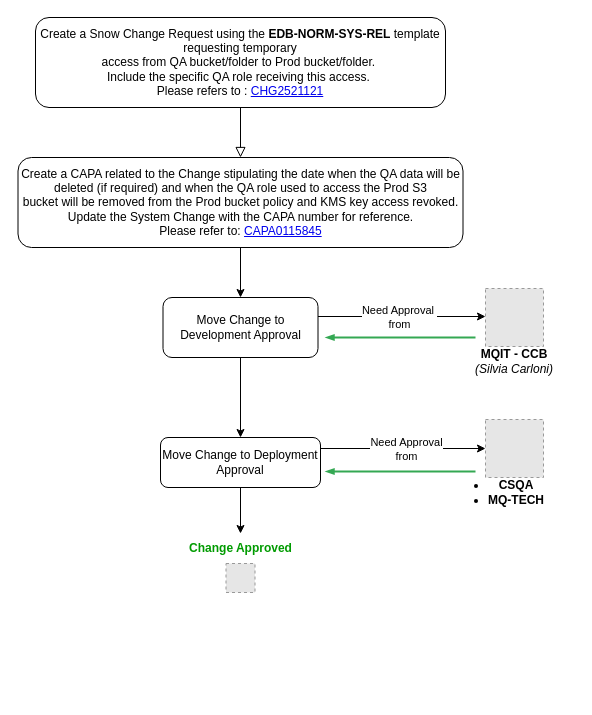
This is Copy_data.drawio from giovanniputrino-sdg/SDG, a draw.io file, before an edit. Source tidied: cells renumbered, new cells numbered last; positions are measured from the earlier drawing's top-left corner, leaving out a move shared by most shapes. Both pictures are drawn from the tidied source at 100%, with x=0, y=0 at pixel (17, 17). Pictures stored in the file or linked from it are replaced by grey dashed boxes.
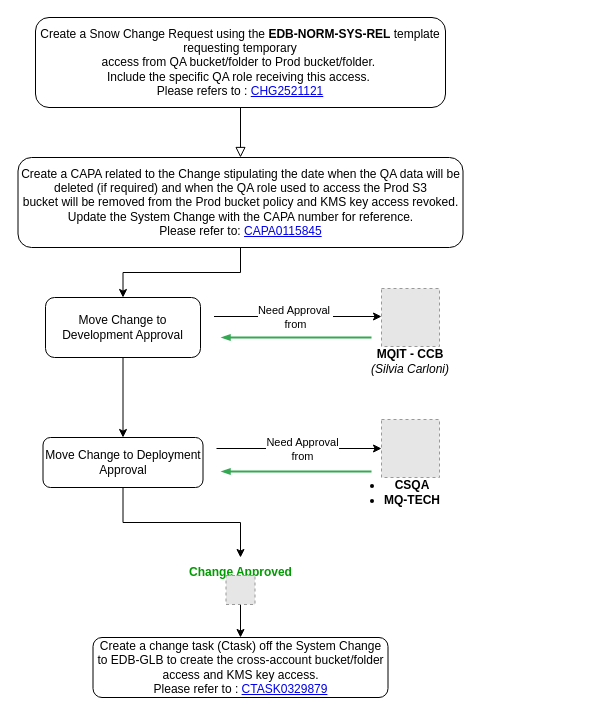
The same diagram, later.

Change to the diagram source:
```diff
@@
     <mxCell id="4" style="edgeStyle=orthogonalEdgeStyle;rounded=0;orthogonalLoop=1;jettySize=auto;html=1;exitX=1;exitY=0.5;exitDx=0;exitDy=0;entryX=0;entryY=0.5;entryDx=0;entryDy=0;" parent="1" edge="1">
       <mxGeometry relative="1" as="geometry">
-        <mxPoint x="303" y="431" as="sourcePoint" />
-        <mxPoint x="468" y="431" as="targetPoint" />
+        <mxPoint x="199" y="431" as="sourcePoint" />
+        <mxPoint x="364" y="431" as="targetPoint" />
       </mxGeometry>
     </mxCell>
@@
     <mxCell id="6" value="Move Change to Deployment Approval" style="rounded=1;whiteSpace=wrap;html=1;fontSize=12;glass=0;strokeWidth=1;shadow=0;" parent="1" vertex="1">
-      <mxGeometry x="143" y="420" width="160" height="50" as="geometry" />
+      <mxGeometry x="25.5" y="420" width="160" height="50" as="geometry" />
     </mxCell>
     <mxCell id="7" style="edgeStyle=orthogonalEdgeStyle;rounded=0;orthogonalLoop=1;jettySize=auto;html=1;exitX=1;exitY=0.5;exitDx=0;exitDy=0;entryX=0;entryY=0.5;entryDx=0;entryDy=0;" parent="1" edge="1">
       <mxGeometry relative="1" as="geometry">
-        <mxPoint x="300.5" y="299" as="sourcePoint" />
-        <mxPoint x="468" y="299" as="targetPoint" />
+        <mxPoint x="196.5" y="299" as="sourcePoint" />
+        <mxPoint x="364" y="299" as="targetPoint" />
       </mxGeometry>
     </mxCell>
@@
     <mxCell id="10" value="Move Change to Development Approval" style="rounded=1;whiteSpace=wrap;html=1;fontSize=12;glass=0;strokeWidth=1;shadow=0;" parent="1" vertex="1">
-      <mxGeometry x="145.5" y="280" width="155" height="60" as="geometry" />
+      <mxGeometry x="28" y="280" width="155" height="60" as="geometry" />
     </mxCell>
@@
     <mxCell id="13" style="fillColor=#E6E6E6;strokeColor=#999999;dashed=1;html=1;verticalAlign=top;verticalLabelPosition=bottom;labelBackgroundColor=#ffffff;" parent="1" vertex="1">
-      <mxGeometry x="468" y="271" width="58" height="58" as="geometry" />
+      <mxGeometry x="364" y="271" width="58" height="58" as="geometry" />
     </mxCell>
     <mxCell id="14" value="&lt;b&gt;MQIT - CCB&lt;/b&gt;&lt;div&gt;&lt;i&gt;(Silvia Carloni)&lt;/i&gt;&lt;/div&gt;" style="text;html=1;align=center;verticalAlign=middle;whiteSpace=wrap;rounded=0;" parent="1" vertex="1">
-      <mxGeometry x="436" y="329" width="122" height="30" as="geometry" />
+      <mxGeometry x="332" y="329" width="122" height="30" as="geometry" />
     </mxCell>
     <mxCell id="15" style="fillColor=#E6E6E6;strokeColor=#999999;dashed=1;html=1;verticalAlign=top;verticalLabelPosition=bottom;labelBackgroundColor=#ffffff;" parent="1" vertex="1">
-      <mxGeometry x="468" y="402" width="58" height="58" as="geometry" />
+      <mxGeometry x="364" y="402" width="58" height="58" as="geometry" />
     </mxCell>
     <mxCell id="16" value="&lt;ul&gt;&lt;li&gt;&lt;b style=&quot;background-color: transparent; color: light-dark(rgb(0, 0, 0), rgb(255, 255, 255));&quot;&gt;CSQA&lt;/b&gt;&lt;/li&gt;&lt;li&gt;&lt;b style=&quot;background-color: transparent; color: light-dark(rgb(0, 0, 0), rgb(255, 255, 255));&quot;&gt;MQ-TECH&lt;/b&gt;&lt;/li&gt;&lt;/ul&gt;" style="text;html=1;align=center;verticalAlign=middle;whiteSpace=wrap;rounded=0;" parent="1" vertex="1">
-      <mxGeometry x="418" y="460" width="122" height="30" as="geometry" />
+      <mxGeometry x="314" y="460" width="122" height="30" as="geometry" />
     </mxCell>
     <mxCell id="17" style="edgeStyle=orthogonalEdgeStyle;fontSize=12;html=1;endArrow=blockThin;endFill=1;rounded=0;strokeWidth=2;endSize=4;startSize=4;strokeColor=#34A853;dashed=0;" parent="1" edge="1">
       <mxGeometry relative="1" as="geometry">
-        <mxPoint x="458" y="320" as="sourcePoint" />
-        <mxPoint x="308" y="320" as="targetPoint" />
+        <mxPoint x="354" y="320" as="sourcePoint" />
+        <mxPoint x="204" y="320" as="targetPoint" />
       </mxGeometry>
     </mxCell>
     <mxCell id="18" style="edgeStyle=orthogonalEdgeStyle;fontSize=12;html=1;endArrow=blockThin;endFill=1;rounded=0;strokeWidth=2;endSize=4;startSize=4;strokeColor=#34A853;dashed=0;" parent="1" edge="1">
       <mxGeometry relative="1" as="geometry">
-        <mxPoint x="458" y="454" as="sourcePoint" />
-        <mxPoint x="308" y="454" as="targetPoint" />
+        <mxPoint x="354" y="454" as="sourcePoint" />
+        <mxPoint x="204" y="454" as="targetPoint" />
       </mxGeometry>
     </mxCell>
@@
     <mxCell id="20" value="&lt;b&gt;&lt;font style=&quot;color: rgb(0, 155, 0);&quot;&gt;Change Approved&lt;/font&gt;&lt;/b&gt;" style="text;html=1;align=center;verticalAlign=middle;whiteSpace=wrap;rounded=0;" parent="1" vertex="1">
-      <mxGeometry x="165.5" y="516" width="115" height="30" as="geometry" />
+      <mxGeometry x="165.5" y="540" width="115" height="30" as="geometry" />
     </mxCell>
+    <mxCell id="22" style="edgeStyle=orthogonalEdgeStyle;rounded=0;jettySize=auto;html=1;exitX=0.5;exitY=1;exitDx=0;exitDy=0;" parent="1" edge="1" source="21" target="23">
+      <mxGeometry relative="1" as="geometry" />
+    </mxCell>
     <mxCell id="21" style="fillColor=#E6E6E6;strokeColor=#999999;dashed=1;html=1;verticalAlign=top;verticalLabelPosition=bottom;labelBackgroundColor=#ffffff;" parent="1" vertex="1">
-      <mxGeometry x="208.5" y="546" width="29" height="29" as="geometry" />
+      <mxGeometry x="208.5" y="558" width="29" height="29" as="geometry" />
     </mxCell>
+    <mxCell id="23" value="Create a change task (Ctask) off the System Change to EDB-GLB to create the cross-account bucket/folder access and KMS key access.&lt;div&gt;Please refer to :&amp;nbsp;&lt;a href=&quot;https://lilly.service-now.com/now/nav/ui/classic/params/target/change_task.do%3Fsys_id%3D76760c7897e796983584f331f053afe2%26sysparm_record_target%3Dchange_task%26sysparm_record_row%3D1%26sysparm_record_rows%3D2%26sysparm_record_list%3Dchange_request%253D6f9ca150475f1ed0a93e0bdbd36d4333%255EORDERBYnumber&quot;&gt;CTASK0329879&lt;/a&gt;&lt;/div&gt;" style="rounded=1;whiteSpace=wrap;html=1;" parent="1" vertex="1">
+      <mxGeometry x="75.5" y="620" width="295" height="60" as="geometry" />
+    </mxCell>
```
